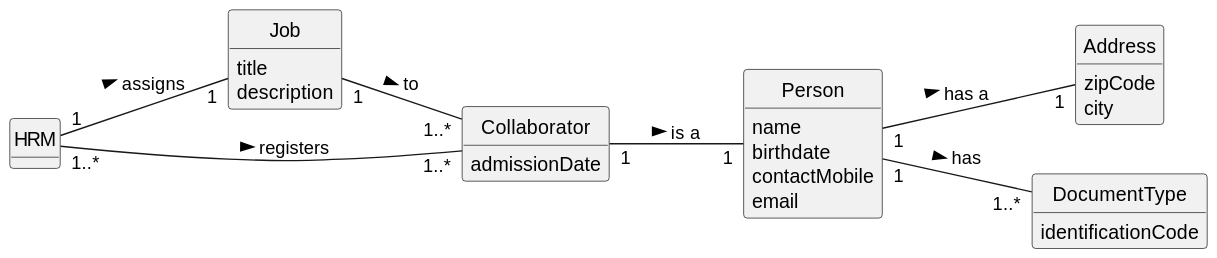
The PlantUML diagram docs/sprintB/us003/02.analysis/svg/us003-domain-model.svg in ricardomm7/leaflink, before a commit.
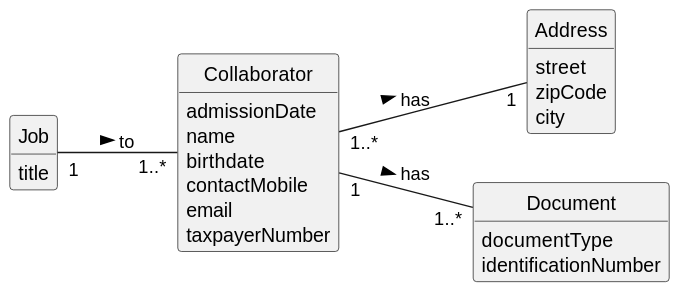
Above is the later version.

The edit, as a diff of the source:
```diff
@@ -11,38 +11,33 @@
 hide methods
 
 
-class HRM {
-}
-
 class Job {
     title
-    description
 }
 
 class Collaborator {
     admissionDate
-}
-
-class Person {
     name
     birthdate
     contactMobile
     email
+    taxpayerNumber
 }
 
+
 class Address{
+    street
     zipCode
     city
+
 }
 
-class DocumentType{
-  identificationCode
+class Document{
+  documentType
+  identificationNumber
 }
 
-Person "1" -- "1" Address: has a >
-Collaborator "1" -- "1" Person: is a >
-Person  "1" -- "1..*"  DocumentType : has >
-HRM "1..*" -- "1..*" Collaborator : registers >
-HRM "1" -- "1" Job : assigns >
+Collaborator "1..*" -- "1" Address: has  >
+Collaborator  "1" -- "1..*"  Document : has >
 Job "1" -- "1..*" Collaborator : to >
 @enduml
```
